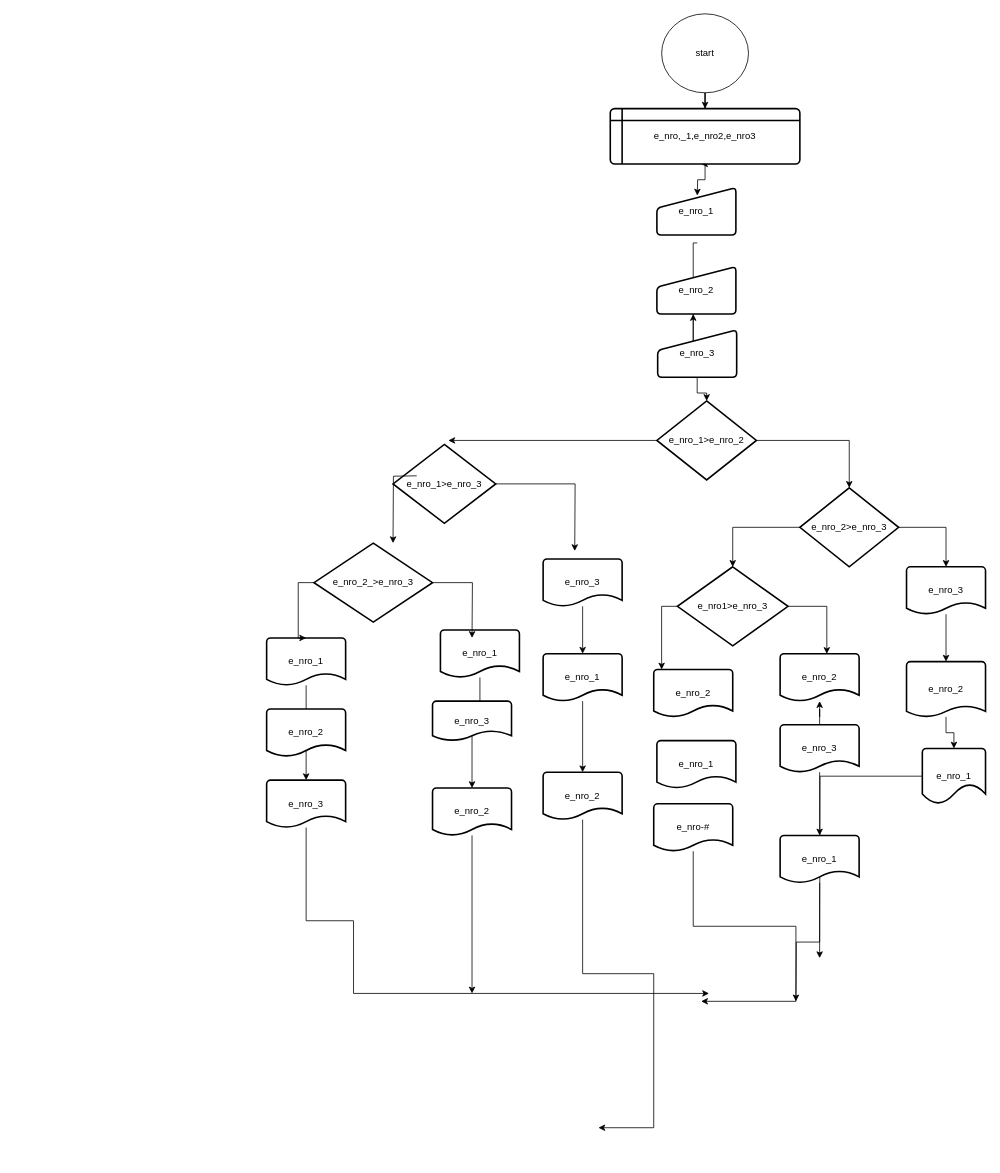
Above: page "Page-1" (1 of 3) of Untitled Diagram.drawio in pauloaugsouza/diagrama-do-paulo (draw.io), before the change. Source tidied: cells renumbered, new cells numbered last; positions are measured from the earlier drawing's top-left corner, leaving out a move shared by most shapes. Both pictures are drawn from the tidied source at 79%, with x=0, y=0 at pixel (266, 13).
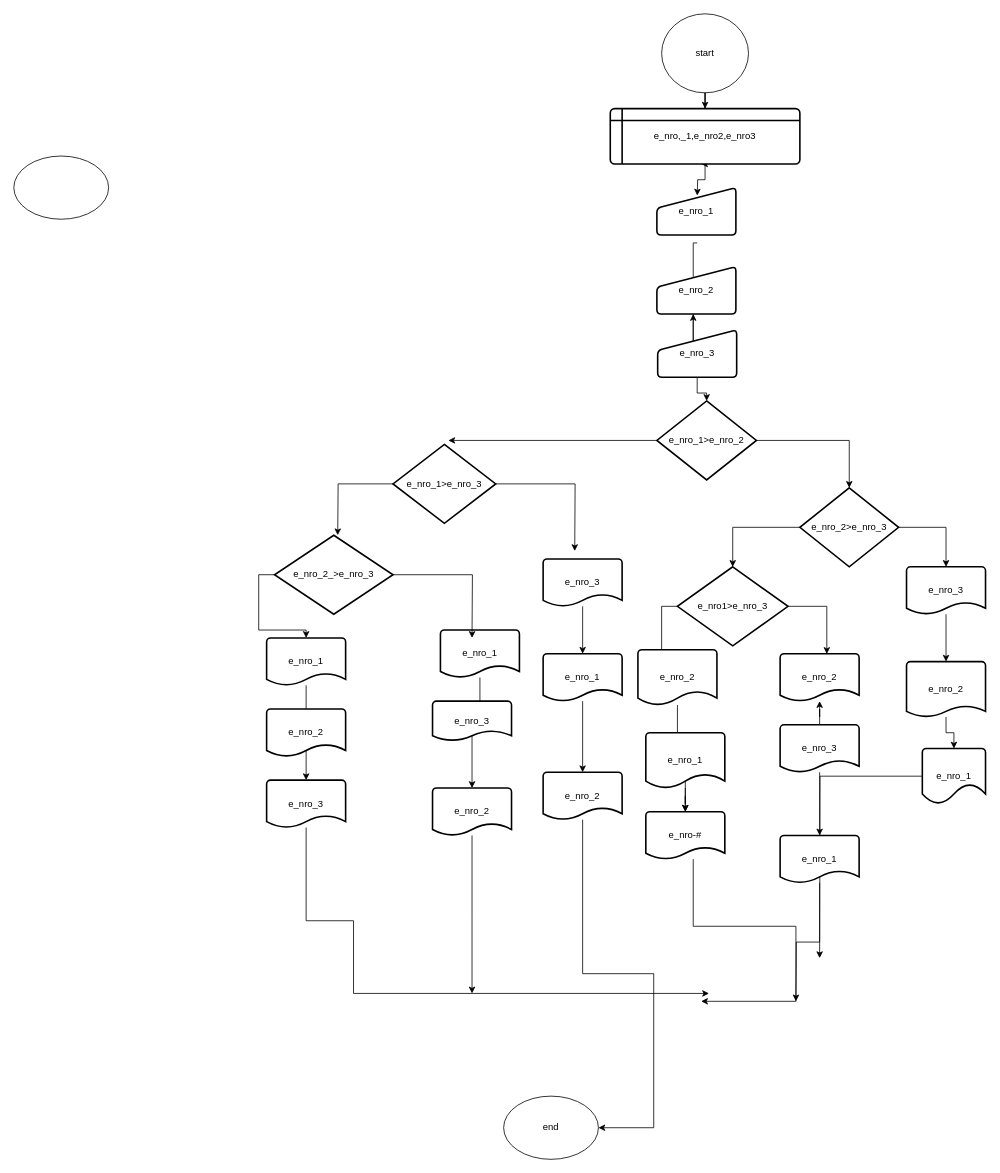
The same diagram, later.

The change refers to these unchanged cells:
```xml
<mxCell id="2" value="e_nro_1&amp;gt;e_nro_3" style="strokeWidth=2;html=1;shape=mxgraph.flowchart.decision;whiteSpace=wrap;" parent="1" vertex="1">
  <mxGeometry x="160" y="545" width="130" height="100" as="geometry" />
</mxCell>
```

Diff of the diagram source:
```diff
@@
+    <mxCell id="59" style="edgeStyle=orthogonalEdgeStyle;rounded=0;jettySize=auto;html=1;" parent="1" edge="1" source="2">
+      <mxGeometry relative="1" as="geometry">
+        <mxPoint x="90" y="660" as="targetPoint" />
+      </mxGeometry>
+    </mxCell>
@@
-    <mxCell id="12" style="edgeStyle=orthogonalEdgeStyle;rounded=0;orthogonalLoop=1;jettySize=auto;html=1;" parent="1" edge="1">
-      <mxGeometry relative="1" as="geometry">
-        <mxPoint x="190" y="584.8" as="sourcePoint" />
-        <mxPoint x="160" y="670" as="targetPoint" />
-      </mxGeometry>
-    </mxCell>
@@
     <mxCell id="31" value="e_nro_2_&amp;gt;e_nro_3" style="strokeWidth=2;html=1;shape=mxgraph.flowchart.decision;whiteSpace=wrap;" parent="1" vertex="1">
-      <mxGeometry x="60" y="670" width="150" height="100" as="geometry" />
+      <mxGeometry x="10" y="660" width="150" height="100" as="geometry" />
     </mxCell>
@@
+    <mxCell id="60" style="edgeStyle=orthogonalEdgeStyle;rounded=0;jettySize=auto;html=1;" parent="1" edge="1" source="53" target="56">
+      <mxGeometry relative="1" as="geometry" />
+    </mxCell>
     <mxCell id="53" value="e_nro_2" style="strokeWidth=2;html=1;shape=mxgraph.flowchart.document2;whiteSpace=wrap;size=0.25;" parent="1" vertex="1">
-      <mxGeometry x="490" y="830" width="100" height="60" as="geometry" />
+      <mxGeometry x="470" y="805" width="100" height="70" as="geometry" />
     </mxCell>
+    <mxCell id="61" style="edgeStyle=orthogonalEdgeStyle;rounded=0;jettySize=auto;html=1;" parent="1" edge="1" source="54" target="56">
+      <mxGeometry relative="1" as="geometry" />
+    </mxCell>
     <mxCell id="54" value="e_nro_1" style="strokeWidth=2;html=1;shape=mxgraph.flowchart.document2;whiteSpace=wrap;size=0.25;" parent="1" vertex="1">
-      <mxGeometry x="494" y="920" width="100" height="60" as="geometry" />
+      <mxGeometry x="480" y="910" width="100" height="70" as="geometry" />
     </mxCell>
@@
     <mxCell id="56" value="e_nro-#" style="strokeWidth=2;html=1;shape=mxgraph.flowchart.document2;whiteSpace=wrap;size=0.25;" parent="1" vertex="1">
-      <mxGeometry x="490" y="1000" width="100" height="60" as="geometry" />
+      <mxGeometry x="480" y="1010" width="100" height="60" as="geometry" />
     </mxCell>
@@
+    <mxCell id="62" style="ellipse;whiteSpace=wrap;html=1;" parent="1" vertex="1">
+      <mxGeometry x="-320" y="180" width="120" height="80" as="geometry" />
+    </mxCell>
+    <mxCell id="63" value="end" style="ellipse;whiteSpace=wrap;html=1;" parent="1" vertex="1">
+      <mxGeometry x="300" y="1370" width="120" height="80" as="geometry" />
+    </mxCell>
```
